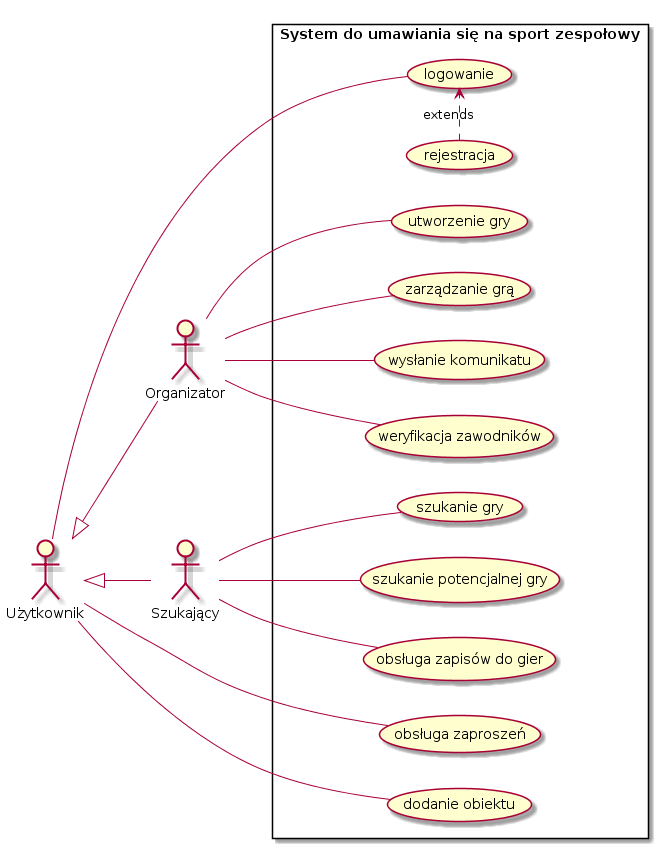
This is use_cases_final.png from Sig00rd/IO_projekt, a PlantUML export, as it was before one commit.
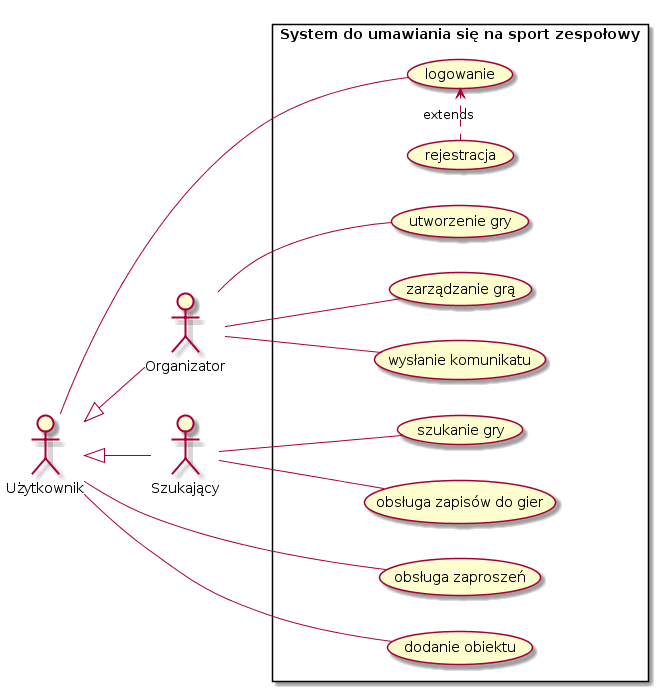
After the change.

Commit message:
replacing use_case image

What changed in the source:
```diff
@@ -14,11 +14,9 @@
 Użytkownik-- (obsługa zaproszeń)
 Użytkownik-- (dodanie obiektu)
 Szukający-- (szukanie gry)
-Szukający-- (szukanie potencjalnej gry)
 Szukający-- (obsługa zapisów do gier)
 Organizator -- (utworzenie gry)
 Organizator -- (zarządzanie grą)
 Organizator -- (wysłanie komunikatu)
-Organizator -- (weryfikacja zawodników)
 }
 @enduml
```
